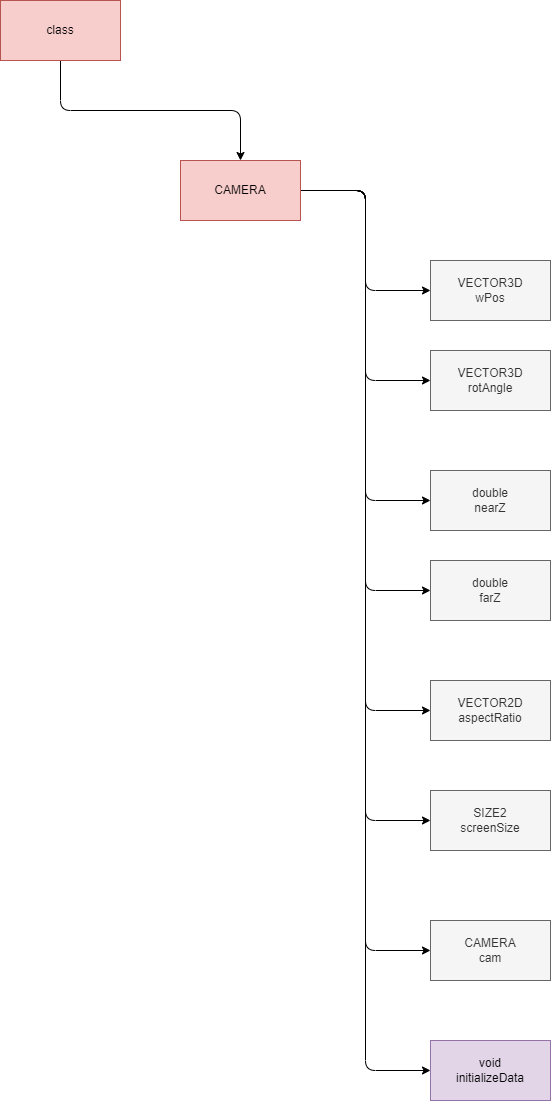
This is drawio/files/camera/h.drawio.png from Tanso-mct/GLPA, a draw.io export, as it was before one commit. Source tidied: cells renumbered, new cells last; positions are measured from the earlier drawing's top-left corner, leaving out a move shared by most shapes.
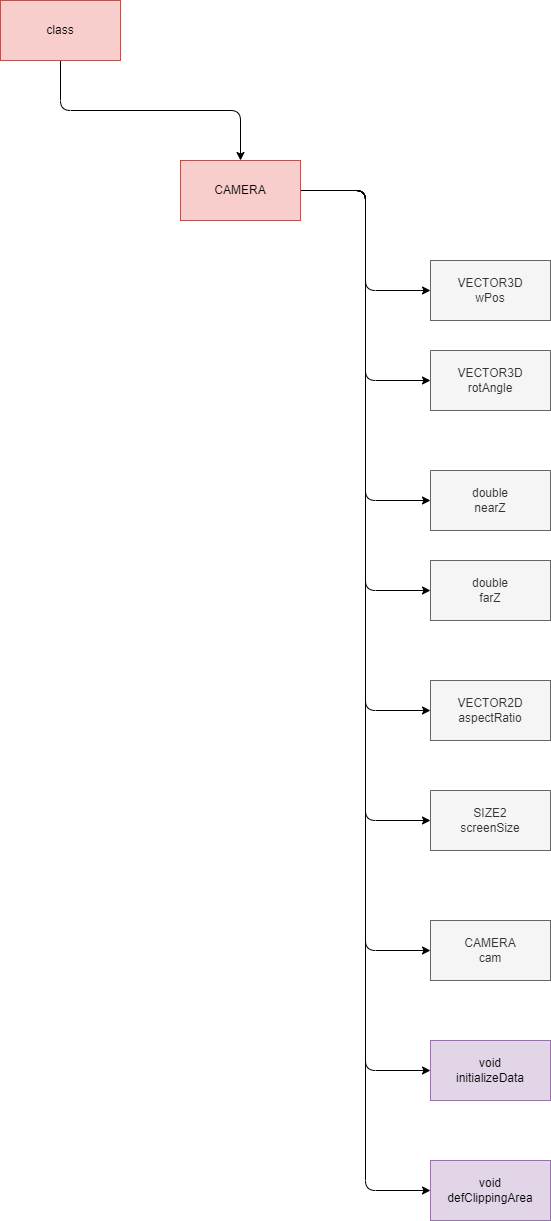
Later version of the same file.

The edit, as a diff of the source:
```diff
@@ -32,6 +32,9 @@
     <mxCell id="11" style="edgeStyle=elbowEdgeStyle;html=1;" parent="1" edge="1" source="12" target="20">
       <mxGeometry relative="1" as="geometry" />
     </mxCell>
+    <mxCell id="21" style="edgeStyle=elbowEdgeStyle;html=1;" parent="1" edge="1" source="12" target="22">
+      <mxGeometry relative="1" as="geometry" />
+    </mxCell>
     <mxCell id="12" value="CAMERA" style="whiteSpace=wrap;html=1;strokeColor=#b85450;fontFamily=Helvetica;fontSize=12;fillColor=#f8cecc;" parent="1" vertex="1">
       <mxGeometry x="180" y="160" width="120" height="60" as="geometry" />
     </mxCell>
@@ -59,5 +62,8 @@
     <mxCell id="20" value="void&lt;br&gt;initializeData" style="whiteSpace=wrap;html=1;strokeColor=#9673a6;fontFamily=Helvetica;fontSize=12;fillColor=#e1d5e7;" parent="1" vertex="1">
       <mxGeometry x="430" y="1040" width="120" height="60" as="geometry" />
     </mxCell>
+    <mxCell id="22" value="void&lt;br&gt;defClippingArea" style="whiteSpace=wrap;html=1;strokeColor=#9673a6;fontFamily=Helvetica;fontSize=12;fillColor=#e1d5e7;" parent="1" vertex="1">
+      <mxGeometry x="430" y="1160" width="120" height="60" as="geometry" />
+    </mxCell>
   </root>
 </mxGraphModel>
```
